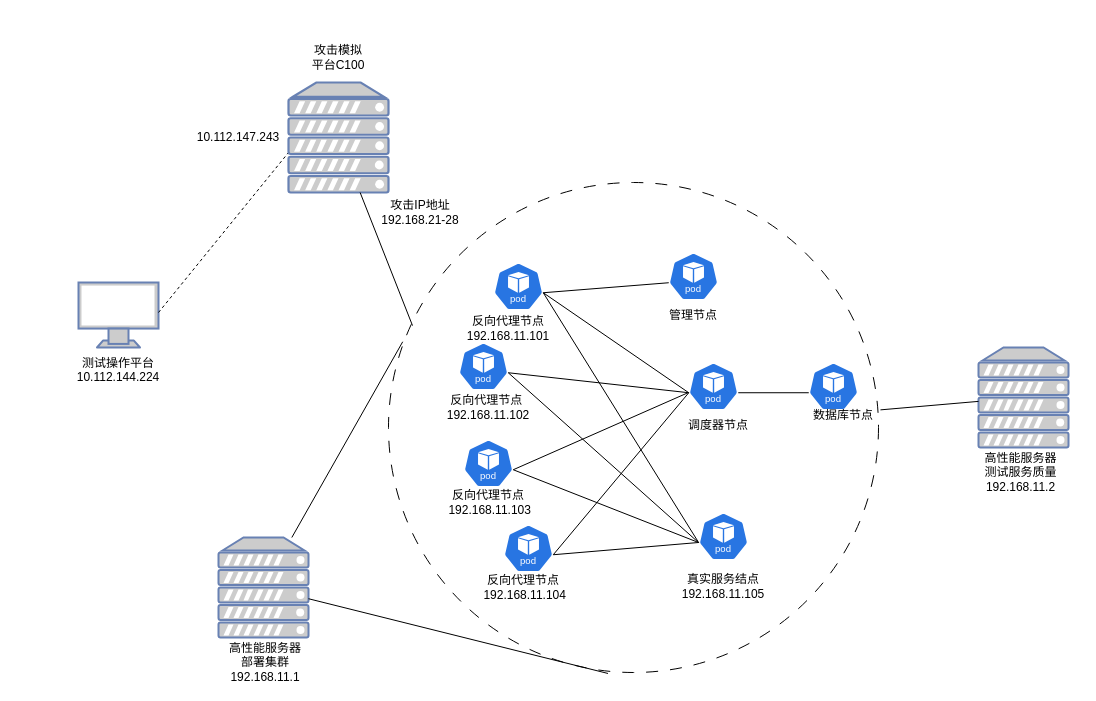
This is test_enviroment.drawio from Norton-Lin/Picture, a draw.io file, before an edit. Source tidied: cells renumbered, new cells numbered last; positions are measured from the earlier drawing's top-left corner, leaving out a move shared by most shapes. Both pictures are drawn from the tidied source at 100%, with x=0, y=0 at pixel (78, 42).
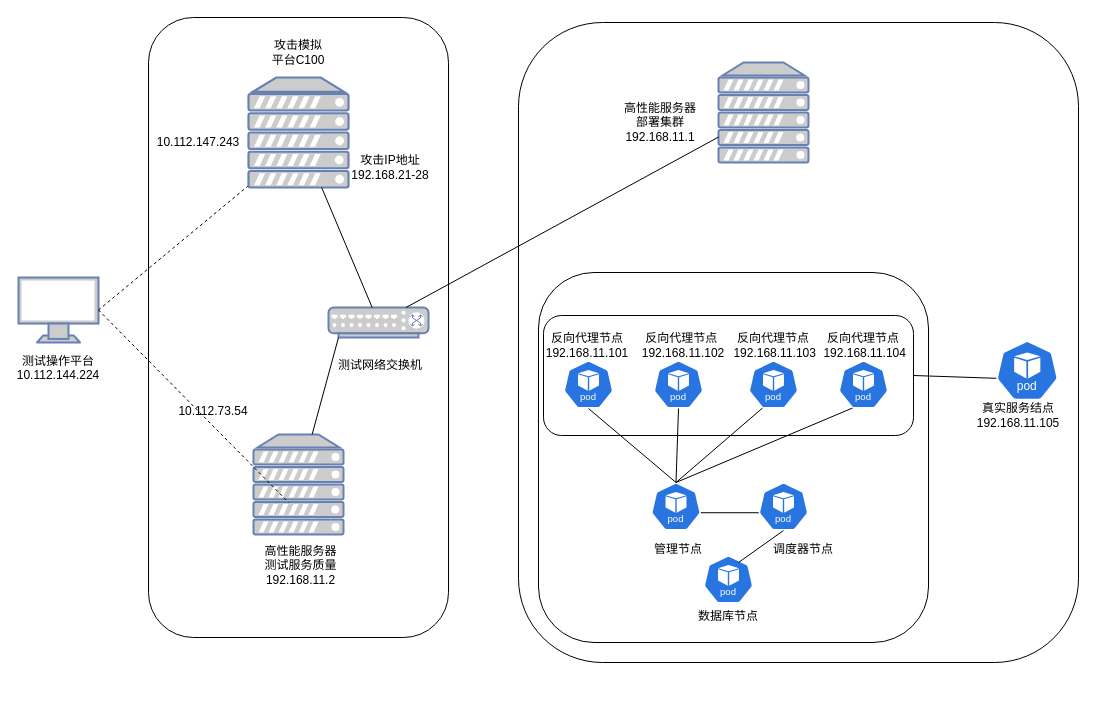
The same diagram, later.

Change to the diagram source:
```diff
@@
+    <mxCell id="44" style="rounded=1;whiteSpace=wrap;html=1;" parent="1" vertex="1">
+      <mxGeometry x="440" y="-20" width="560" height="640" as="geometry" />
+    </mxCell>
+    <mxCell id="45" style="rounded=1;whiteSpace=wrap;html=1;" parent="1" vertex="1">
+      <mxGeometry x="460" y="230" width="390" height="370" as="geometry" />
+    </mxCell>
+    <mxCell id="46" style="rounded=1;whiteSpace=wrap;html=1;" parent="1" vertex="1">
+      <mxGeometry x="465" y="273" width="370" height="120" as="geometry" />
+    </mxCell>
+    <mxCell id="47" style="rounded=1;whiteSpace=wrap;html=1;" parent="1" vertex="1">
+      <mxGeometry x="70" y="-25" width="300" height="620" as="geometry" />
+    </mxCell>
     <mxCell id="2" style="fontColor=#0066CC;verticalAlign=top;verticalLabelPosition=bottom;labelPosition=center;align=center;html=1;outlineConnect=0;fillColor=#CCCCCC;strokeColor=#6881B3;gradientColor=none;gradientDirection=north;strokeWidth=2;shape=mxgraph.networks.monitor;" parent="1" vertex="1">
-      <mxGeometry y="240" width="80" height="65" as="geometry" />
+      <mxGeometry x="-60" y="235" width="80" height="65" as="geometry" />
     </mxCell>
     <mxCell id="3" value="测试操作平台 10.112.144.224&lt;div&gt;&lt;br&gt;&lt;/div&gt;" style="text;html=1;align=center;verticalAlign=middle;whiteSpace=wrap;rounded=0;" parent="1" vertex="1">
-      <mxGeometry x="10" y="320" width="60" height="30" as="geometry" />
+      <mxGeometry x="-50" y="318" width="60" height="30" as="geometry" />
     </mxCell>
-    <mxCell id="4" style="endArrow=none;dashed=1;html=1;rounded=0;" parent="1" edge="1">
+    <mxCell id="4" style="endArrow=none;dashed=1;html=1;rounded=0;exitX=1;exitY=0.5;exitDx=0;exitDy=0;exitPerimeter=0;" parent="1" edge="1" source="2">
       <mxGeometry relative="1" as="geometry">
-        <mxPoint x="80" y="270" as="sourcePoint" />
         <mxPoint x="210" y="110" as="targetPoint" />
       </mxGeometry>
     </mxCell>
     <mxCell id="5" style="fontColor=#0066CC;verticalAlign=top;verticalLabelPosition=bottom;labelPosition=center;align=center;html=1;outlineConnect=0;fillColor=#CCCCCC;strokeColor=#6881B3;gradientColor=none;gradientDirection=north;strokeWidth=2;shape=mxgraph.networks.server;" parent="1" vertex="1">
-      <mxGeometry x="210" y="40" width="100" height="110" as="geometry" />
+      <mxGeometry x="170" y="35" width="100" height="110" as="geometry" />
     </mxCell>
     <mxCell id="6" value="攻击模拟平台C100" style="text;html=1;align=center;verticalAlign=middle;whiteSpace=wrap;rounded=0;" parent="1" vertex="1">
-      <mxGeometry x="230" width="60" height="30" as="geometry" />
+      <mxGeometry x="190" y="-5" width="60" height="30" as="geometry" />
     </mxCell>
     <mxCell id="7" value="10.112.147.243" style="text;html=1;align=center;verticalAlign=middle;whiteSpace=wrap;rounded=0;" parent="1" vertex="1">
-      <mxGeometry x="130" y="80" width="60" height="30" as="geometry" />
+      <mxGeometry x="90" y="85" width="60" height="30" as="geometry" />
     </mxCell>
     <mxCell id="8" value="攻击IP地址&lt;div&gt;192.168.21-28&lt;/div&gt;" style="text;html=1;align=center;verticalAlign=middle;whiteSpace=wrap;rounded=0;" parent="1" vertex="1">
-      <mxGeometry x="294" y="160" width="96" height="20" as="geometry" />
+      <mxGeometry x="264" y="115" width="96" height="20" as="geometry" />
     </mxCell>
     <mxCell id="9" style="fontColor=#0066CC;verticalAlign=top;verticalLabelPosition=bottom;labelPosition=center;align=center;html=1;outlineConnect=0;fillColor=#CCCCCC;strokeColor=#6881B3;gradientColor=none;gradientDirection=north;strokeWidth=2;shape=mxgraph.networks.server;" parent="1" vertex="1">
-      <mxGeometry x="140" y="495" width="90" height="100" as="geometry" />
+      <mxGeometry x="640" y="20" width="90" height="100" as="geometry" />
     </mxCell>
     <mxCell id="10" value="高性能服务器&lt;div&gt;部署集群&lt;br&gt;&lt;div&gt;192.168.11.1&lt;/div&gt;&lt;/div&gt;" style="text;html=1;align=center;verticalAlign=middle;whiteSpace=wrap;rounded=0;" parent="1" vertex="1">
-      <mxGeometry x="142.5" y="610" width="87.5" height="20" as="geometry" />
+      <mxGeometry x="537.5" y="70" width="87.5" height="20" as="geometry" />
     </mxCell>
-    <mxCell id="11" style="ellipse;whiteSpace=wrap;html=1;dashed=1;dashPattern=12 12;" parent="1" vertex="1">
-      <mxGeometry x="310" y="140" width="490" height="490" as="geometry" />
-    </mxCell>
-    <mxCell id="12" style="endArrow=none;html=1;rounded=0;entryX=0.029;entryY=0.325;entryDx=0;entryDy=0;entryPerimeter=0;" parent="1" edge="1" source="9" target="11">
-      <mxGeometry relative="1" as="geometry" />
-    </mxCell>
-    <mxCell id="13" style="endArrow=none;html=1;rounded=0;entryX=0.448;entryY=1.002;entryDx=0;entryDy=0;entryPerimeter=0;" parent="1" edge="1" source="9" target="11">
-      <mxGeometry relative="1" as="geometry" />
-    </mxCell>
     <mxCell id="14" style="sketch=0;html=1;dashed=0;whitespace=wrap;verticalLabelPosition=bottom;verticalAlign=top;fillColor=#2875E2;strokeColor=#ffffff;points=[[0.005,0.63,0],[0.1,0.2,0],[0.9,0.2,0],[0.5,0,0],[0.995,0.63,0],[0.72,0.99,0],[0.5,1,0],[0.28,0.99,0]];shape=mxgraph.kubernetes.icon2;kubernetesLabel=1;prIcon=pod;" parent="1" vertex="1">
-      <mxGeometry x="415" y="220" width="50" height="48" as="geometry" />
+      <mxGeometry x="485" y="318" width="50" height="48" as="geometry" />
     </mxCell>
     <mxCell id="15" style="sketch=0;html=1;dashed=0;whitespace=wrap;verticalLabelPosition=bottom;verticalAlign=top;fillColor=#2875E2;strokeColor=#ffffff;points=[[0.005,0.63,0],[0.1,0.2,0],[0.9,0.2,0],[0.5,0,0],[0.995,0.63,0],[0.72,0.99,0],[0.5,1,0],[0.28,0.99,0]];shape=mxgraph.kubernetes.icon2;kubernetesLabel=1;prIcon=pod;" parent="1" vertex="1">
-      <mxGeometry x="385" y="397" width="50" height="48" as="geometry" />
+      <mxGeometry x="670" y="318" width="50" height="48" as="geometry" />
     </mxCell>
     <mxCell id="16" style="sketch=0;html=1;dashed=0;whitespace=wrap;verticalLabelPosition=bottom;verticalAlign=top;fillColor=#2875E2;strokeColor=#ffffff;points=[[0.005,0.63,0],[0.1,0.2,0],[0.9,0.2,0],[0.5,0,0],[0.995,0.63,0],[0.72,0.99,0],[0.5,1,0],[0.28,0.99,0]];shape=mxgraph.kubernetes.icon2;kubernetesLabel=1;prIcon=pod;" parent="1" vertex="1">
-      <mxGeometry x="380" y="300" width="50" height="48" as="geometry" />
+      <mxGeometry x="575" y="318" width="50" height="48" as="geometry" />
     </mxCell>
     <mxCell id="17" style="sketch=0;html=1;dashed=0;whitespace=wrap;verticalLabelPosition=bottom;verticalAlign=top;fillColor=#2875E2;strokeColor=#ffffff;points=[[0.005,0.63,0],[0.1,0.2,0],[0.9,0.2,0],[0.5,0,0],[0.995,0.63,0],[0.72,0.99,0],[0.5,1,0],[0.28,0.99,0]];shape=mxgraph.kubernetes.icon2;kubernetesLabel=1;prIcon=pod;" parent="1" vertex="1">
-      <mxGeometry x="425" y="482" width="50" height="48" as="geometry" />
+      <mxGeometry x="760" y="318" width="50" height="48" as="geometry" />
     </mxCell>
     <mxCell id="18" value="反向代理节点 192.168.11.101" style="text;html=1;align=center;verticalAlign=middle;whiteSpace=wrap;rounded=0;" parent="1" vertex="1">
-      <mxGeometry x="395" y="272" width="70" height="28" as="geometry" />
+      <mxGeometry x="473.8" y="289" width="70" height="28" as="geometry" />
     </mxCell>
     <mxCell id="19" value="反向代理节点&amp;nbsp;&lt;div&gt;192.168.11.102&lt;/div&gt;" style="text;html=1;align=center;verticalAlign=middle;whiteSpace=wrap;rounded=0;" parent="1" vertex="1">
-      <mxGeometry x="380" y="350" width="60" height="30" as="geometry" />
+      <mxGeometry x="575" y="288" width="60" height="30" as="geometry" />
     </mxCell>
     <mxCell id="20" value="&lt;div&gt;反向代理节点&lt;br&gt;&lt;/div&gt;&amp;nbsp;192.168.11.103" style="text;html=1;align=center;verticalAlign=middle;whiteSpace=wrap;rounded=0;" parent="1" vertex="1">
-      <mxGeometry x="380" y="445" width="60" height="30" as="geometry" />
+      <mxGeometry x="665" y="288" width="60" height="30" as="geometry" />
     </mxCell>
     <mxCell id="21" value="反向代理节点&lt;div&gt;&amp;nbsp;192.168.11.104&lt;/div&gt;" style="text;html=1;align=center;verticalAlign=middle;whiteSpace=wrap;rounded=0;" parent="1" vertex="1">
-      <mxGeometry x="415" y="530" width="60" height="30" as="geometry" />
+      <mxGeometry x="755" y="288" width="60" height="30" as="geometry" />
     </mxCell>
     <mxCell id="22" style="sketch=0;html=1;dashed=0;whitespace=wrap;verticalLabelPosition=bottom;verticalAlign=top;fillColor=#2875E2;strokeColor=#ffffff;points=[[0.005,0.63,0],[0.1,0.2,0],[0.9,0.2,0],[0.5,0,0],[0.995,0.63,0],[0.72,0.99,0],[0.5,1,0],[0.28,0.99,0]];shape=mxgraph.kubernetes.icon2;kubernetesLabel=1;prIcon=pod;" parent="1" vertex="1">
-      <mxGeometry x="730" y="320" width="50" height="48" as="geometry" />
+      <mxGeometry x="625" y="513" width="50" height="48" as="geometry" />
     </mxCell>
     <mxCell id="23" style="sketch=0;html=1;dashed=0;whitespace=wrap;verticalLabelPosition=bottom;verticalAlign=top;fillColor=#2875E2;strokeColor=#ffffff;points=[[0.005,0.63,0],[0.1,0.2,0],[0.9,0.2,0],[0.5,0,0],[0.995,0.63,0],[0.72,0.99,0],[0.5,1,0],[0.28,0.99,0]];shape=mxgraph.kubernetes.icon2;kubernetesLabel=1;prIcon=pod;" parent="1" vertex="1">
-      <mxGeometry x="610" y="320" width="50" height="48" as="geometry" />
+      <mxGeometry x="680" y="440" width="50" height="48" as="geometry" />
     </mxCell>
     <mxCell id="24" style="sketch=0;html=1;dashed=0;whitespace=wrap;verticalLabelPosition=bottom;verticalAlign=top;fillColor=#2875E2;strokeColor=#ffffff;points=[[0.005,0.63,0],[0.1,0.2,0],[0.9,0.2,0],[0.5,0,0],[0.995,0.63,0],[0.72,0.99,0],[0.5,1,0],[0.28,0.99,0]];shape=mxgraph.kubernetes.icon2;kubernetesLabel=1;prIcon=pod;" parent="1" vertex="1">
-      <mxGeometry x="590" y="210" width="50" height="48" as="geometry" />
+      <mxGeometry x="572.5" y="440" width="50" height="48" as="geometry" />
     </mxCell>
     <mxCell id="25" style="sketch=0;html=1;dashed=0;whitespace=wrap;verticalLabelPosition=bottom;verticalAlign=top;fillColor=#2875E2;strokeColor=#ffffff;points=[[0.005,0.63,0],[0.1,0.2,0],[0.9,0.2,0],[0.5,0,0],[0.995,0.63,0],[0.72,0.99,0],[0.5,1,0],[0.28,0.99,0]];shape=mxgraph.kubernetes.icon2;kubernetesLabel=1;prIcon=pod;" parent="1" vertex="1">
-      <mxGeometry x="620" y="470" width="50" height="48" as="geometry" />
+      <mxGeometry x="917.5" y="298" width="62.5" height="60" as="geometry" />
     </mxCell>
     <mxCell id="26" value="&lt;div&gt;管理节点&lt;/div&gt;" style="text;html=1;align=center;verticalAlign=middle;whiteSpace=wrap;rounded=0;" parent="1" vertex="1">
-      <mxGeometry x="580" y="258.5" width="70" height="28" as="geometry" />
+      <mxGeometry x="565" y="493" width="70" height="28" as="geometry" />
     </mxCell>
     <mxCell id="27" value="&lt;div&gt;调度器节点&lt;/div&gt;" style="text;html=1;align=center;verticalAlign=middle;whiteSpace=wrap;rounded=0;" parent="1" vertex="1">
-      <mxGeometry x="605" y="369" width="70" height="28" as="geometry" />
+      <mxGeometry x="690" y="493" width="70" height="28" as="geometry" />
     </mxCell>
     <mxCell id="28" value="&lt;div&gt;数据库节点&lt;/div&gt;" style="text;html=1;align=center;verticalAlign=middle;whiteSpace=wrap;rounded=0;" parent="1" vertex="1">
-      <mxGeometry x="730" y="359" width="70" height="28" as="geometry" />
+      <mxGeometry x="615" y="560" width="70" height="28" as="geometry" />
     </mxCell>
     <mxCell id="29" value="真实服务结点&lt;div&gt;192.168.11.105&lt;br&gt;&lt;/div&gt;" style="text;html=1;align=center;verticalAlign=middle;whiteSpace=wrap;rounded=0;" parent="1" vertex="1">
-      <mxGeometry x="605" y="528" width="80" height="32" as="geometry" />
+      <mxGeometry x="900" y="357" width="80" height="32" as="geometry" />
     </mxCell>
     <mxCell id="30" style="fontColor=#0066CC;verticalAlign=top;verticalLabelPosition=bottom;labelPosition=center;align=center;html=1;outlineConnect=0;fillColor=#CCCCCC;strokeColor=#6881B3;gradientColor=none;gradientDirection=north;strokeWidth=2;shape=mxgraph.networks.server;" parent="1" vertex="1">
-      <mxGeometry x="900" y="305" width="90" height="100" as="geometry" />
+      <mxGeometry x="175" y="392" width="90" height="100" as="geometry" />
     </mxCell>
     <mxCell id="31" value="高性能服务器&lt;div&gt;测试服务质量&lt;br&gt;&lt;div&gt;192.168.11.2&lt;/div&gt;&lt;/div&gt;" style="text;html=1;align=center;verticalAlign=middle;whiteSpace=wrap;rounded=0;" parent="1" vertex="1">
-      <mxGeometry x="900" y="420" width="85" height="20" as="geometry" />
+      <mxGeometry x="180" y="513" width="85" height="20" as="geometry" />
     </mxCell>
-    <mxCell id="32" style="endArrow=none;html=1;rounded=0;exitX=1.004;exitY=0.464;exitDx=0;exitDy=0;exitPerimeter=0;" parent="1" edge="1" source="11" target="30">
-      <mxGeometry relative="1" as="geometry" />
-    </mxCell>
-    <mxCell id="33" style="endArrow=none;html=1;rounded=0;exitX=0.005;exitY=0.63;exitDx=0;exitDy=0;exitPerimeter=0;entryX=0.995;entryY=0.63;entryDx=0;entryDy=0;entryPerimeter=0;" parent="1" edge="1" source="22" target="23">
-      <mxGeometry relative="1" as="geometry" />
+    <mxCell id="33" style="endArrow=none;html=1;rounded=0;entryX=0.5;entryY=1;entryDx=0;entryDy=0;entryPerimeter=0;" parent="1" edge="1" target="23">
+      <mxGeometry relative="1" as="geometry">
+        <mxPoint x="660" y="520" as="sourcePoint" />
+      </mxGeometry>
     </mxCell>
-    <mxCell id="34" style="endArrow=none;html=1;rounded=0;exitX=0.995;exitY=0.63;exitDx=0;exitDy=0;exitPerimeter=0;entryX=0.005;entryY=0.63;entryDx=0;entryDy=0;entryPerimeter=0;" parent="1" edge="1" source="14" target="24">
-      <mxGeometry relative="1" as="geometry" />
-    </mxCell>
-    <mxCell id="35" style="endArrow=none;html=1;rounded=0;entryX=0.005;entryY=0.63;entryDx=0;entryDy=0;entryPerimeter=0;exitX=0.995;exitY=0.63;exitDx=0;exitDy=0;exitPerimeter=0;" parent="1" edge="1" source="14" target="23">
-      <mxGeometry relative="1" as="geometry" />
-    </mxCell>
-    <mxCell id="36" style="endArrow=none;html=1;rounded=0;entryX=0.005;entryY=0.63;entryDx=0;entryDy=0;entryPerimeter=0;exitX=0.995;exitY=0.63;exitDx=0;exitDy=0;exitPerimeter=0;" parent="1" edge="1" source="16" target="23">
-      <mxGeometry relative="1" as="geometry" />
-    </mxCell>
-    <mxCell id="37" style="endArrow=none;html=1;rounded=0;entryX=0.995;entryY=0.63;entryDx=0;entryDy=0;entryPerimeter=0;" parent="1" edge="1" target="15">
-      <mxGeometry relative="1" as="geometry">
-        <mxPoint x="610" y="350" as="sourcePoint" />
-      </mxGeometry>
-    </mxCell>
-    <mxCell id="38" style="endArrow=none;html=1;rounded=0;exitX=0.995;exitY=0.63;exitDx=0;exitDy=0;exitPerimeter=0;entryX=0.005;entryY=0.63;entryDx=0;entryDy=0;entryPerimeter=0;" parent="1" edge="1" source="17" target="23">
-      <mxGeometry relative="1" as="geometry" />
-    </mxCell>
-    <mxCell id="39" style="endArrow=none;html=1;rounded=0;entryX=0.005;entryY=0.63;entryDx=0;entryDy=0;entryPerimeter=0;exitX=0.995;exitY=0.63;exitDx=0;exitDy=0;exitPerimeter=0;" parent="1" edge="1" source="14" target="25">
-      <mxGeometry relative="1" as="geometry" />
-    </mxCell>
-    <mxCell id="40" style="endArrow=none;html=1;rounded=0;entryX=0.005;entryY=0.63;entryDx=0;entryDy=0;entryPerimeter=0;exitX=0.995;exitY=0.63;exitDx=0;exitDy=0;exitPerimeter=0;" parent="1" edge="1" source="16" target="25">
-      <mxGeometry relative="1" as="geometry" />
-    </mxCell>
-    <mxCell id="41" style="endArrow=none;html=1;rounded=0;exitX=0.995;exitY=0.63;exitDx=0;exitDy=0;exitPerimeter=0;" parent="1" edge="1" source="17">
-      <mxGeometry relative="1" as="geometry">
-        <mxPoint x="620" y="500" as="targetPoint" />
-      </mxGeometry>
-    </mxCell>
-    <mxCell id="42" style="endArrow=none;html=1;rounded=0;exitX=0.995;exitY=0.63;exitDx=0;exitDy=0;exitPerimeter=0;" parent="1" edge="1" source="15">
-      <mxGeometry relative="1" as="geometry">
-        <mxPoint x="620" y="500" as="targetPoint" />
-      </mxGeometry>
-    </mxCell>
-    <mxCell id="43" style="endArrow=none;html=1;rounded=0;entryX=0.049;entryY=0.292;entryDx=0;entryDy=0;entryPerimeter=0;" parent="1" edge="1" source="5" target="11">
-      <mxGeometry relative="1" as="geometry" />
-    </mxCell>
+    <mxCell id="48" style="fontColor=#0066CC;verticalAlign=top;verticalLabelPosition=bottom;labelPosition=center;align=center;html=1;outlineConnect=0;fillColor=#CCCCCC;strokeColor=#6881B3;gradientColor=none;gradientDirection=north;strokeWidth=2;shape=mxgraph.networks.switch;" parent="1" vertex="1">
+      <mxGeometry x="250" y="265" width="100" height="30" as="geometry" />
+    </mxCell>
+    <mxCell id="49" style="endArrow=none;dashed=1;html=1;rounded=0;exitX=1;exitY=0.5;exitDx=0;exitDy=0;exitPerimeter=0;entryX=0.367;entryY=0.8;entryDx=0;entryDy=0;entryPerimeter=0;" parent="1" edge="1" source="2">
+      <mxGeometry relative="1" as="geometry">
+        <mxPoint x="210.1" y="460" as="targetPoint" />
+      </mxGeometry>
+    </mxCell>
+    <mxCell id="50" value="10.112.73.54" style="text;html=1;align=center;verticalAlign=middle;whiteSpace=wrap;rounded=0;" parent="1" vertex="1">
+      <mxGeometry x="90" y="354" width="90" height="30" as="geometry" />
+    </mxCell>
+    <mxCell id="51" style="endArrow=none;html=1;rounded=0;" parent="1" edge="1" source="48" target="5">
+      <mxGeometry relative="1" as="geometry" />
+    </mxCell>
+    <mxCell id="52" style="endArrow=none;html=1;rounded=0;entryX=0.1;entryY=1;entryDx=0;entryDy=0;entryPerimeter=0;" parent="1" edge="1" source="30" target="48">
+      <mxGeometry relative="1" as="geometry" />
+    </mxCell>
+    <mxCell id="53" style="endArrow=none;html=1;rounded=0;" parent="1" edge="1" source="48" target="9">
+      <mxGeometry relative="1" as="geometry" />
+    </mxCell>
+    <mxCell id="54" value="&lt;div&gt;&lt;br&gt;&lt;/div&gt;&lt;div&gt;测试网络交换机&lt;/div&gt;" style="text;html=1;align=center;verticalAlign=middle;whiteSpace=wrap;rounded=0;" parent="1" vertex="1">
+      <mxGeometry x="254" y="305" width="96" height="20" as="geometry" />
+    </mxCell>
+    <mxCell id="55" style="endArrow=none;html=1;rounded=0;exitX=0.995;exitY=0.63;exitDx=0;exitDy=0;exitPerimeter=0;entryX=0.005;entryY=0.63;entryDx=0;entryDy=0;entryPerimeter=0;" parent="1" edge="1" source="24" target="23">
+      <mxGeometry relative="1" as="geometry" />
+    </mxCell>
+    <mxCell id="56" style="endArrow=none;html=1;rounded=0;entryX=0.5;entryY=1;entryDx=0;entryDy=0;entryPerimeter=0;exitX=0.5;exitY=0;exitDx=0;exitDy=0;exitPerimeter=0;" parent="1" edge="1" source="24" target="14">
+      <mxGeometry relative="1" as="geometry" />
+    </mxCell>
+    <mxCell id="57" style="endArrow=none;html=1;rounded=0;entryX=0.5;entryY=1;entryDx=0;entryDy=0;entryPerimeter=0;exitX=0.5;exitY=0;exitDx=0;exitDy=0;exitPerimeter=0;" parent="1" edge="1" source="24" target="16">
+      <mxGeometry relative="1" as="geometry" />
+    </mxCell>
+    <mxCell id="58" style="endArrow=none;html=1;rounded=0;entryX=0.28;entryY=0.99;entryDx=0;entryDy=0;entryPerimeter=0;exitX=0.5;exitY=0;exitDx=0;exitDy=0;exitPerimeter=0;" parent="1" edge="1" source="24" target="15">
+      <mxGeometry relative="1" as="geometry" />
+    </mxCell>
+    <mxCell id="59" style="endArrow=none;html=1;rounded=0;exitX=0.28;exitY=0.99;exitDx=0;exitDy=0;exitPerimeter=0;entryX=0.5;entryY=0;entryDx=0;entryDy=0;entryPerimeter=0;" parent="1" edge="1" source="17" target="24">
+      <mxGeometry relative="1" as="geometry" />
+    </mxCell>
+    <mxCell id="60" style="endArrow=none;html=1;rounded=0;exitX=1;exitY=0.5;exitDx=0;exitDy=0;entryX=0.005;entryY=0.63;entryDx=0;entryDy=0;entryPerimeter=0;" parent="1" edge="1" source="46" target="25">
+      <mxGeometry relative="1" as="geometry" />
+    </mxCell>
```
